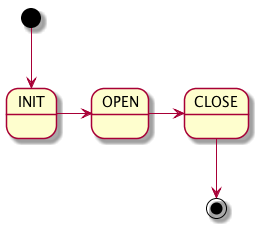
Before: image/SessState.png, a diagram exported from PlantUML (Axin2015/swirly-cpp).
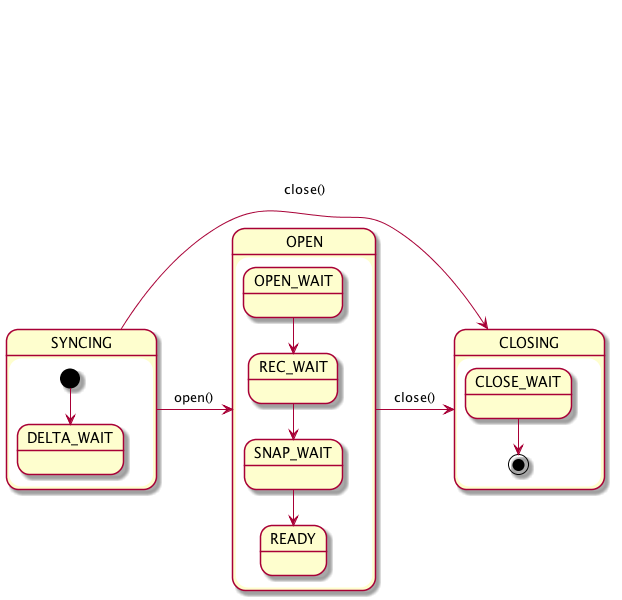
After the commit.

The edit, as a diff of the source:
```diff
@@ -1,8 +1,21 @@
 @startuml
 
-[*] --> INIT
-INIT -> OPEN
-OPEN -> CLOSE
-CLOSE --> [*]
+SYNCING -> OPEN : open()
+SYNCING -> CLOSING : close()
+OPEN -> CLOSING : close()
+
+state SYNCING {
+  [*] --> DELTA_WAIT
+}
+
+state OPEN {
+  OPEN_WAIT --> REC_WAIT
+  REC_WAIT --> SNAP_WAIT
+  SNAP_WAIT --> READY
+}
+
+state CLOSING {
+  CLOSE_WAIT --> [*]
+}
 
 @enduml
```
